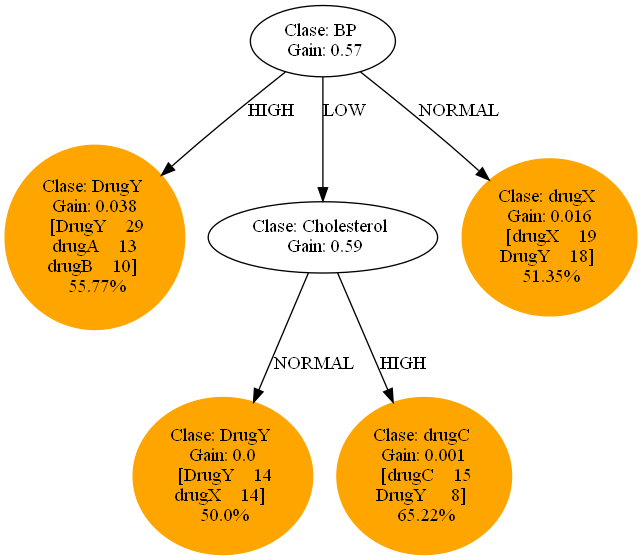
Before: test_output/gain.png, a diagram exported from Graphviz (AlejandroFNadal/ia_decision_trees). Its source is kept beside it as test_output/gain.dot.
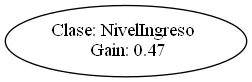
After the change.

Change to the diagram source:
```diff
@@ -1,32 +1,4 @@
 digraph {
-	0 [label="Clase: BP
- Gain: 0.57"]
-	1 [label="Clase: DrugY
- Gain: 0.038
- [DrugY    29
-drugA    13
-drugB    10]
- 55.77%" color=orange style=filled]
-	0 -> 1 [label=HIGH splines=line]
-	2 [label="Clase: Cholesterol
- Gain: 0.59"]
-	0 -> 2 [label=LOW splines=line]
-	3 [label="Clase: DrugY
- Gain: 0.0
- [DrugY    14
-drugX    14]
- 50.0%" color=orange style=filled]
-	2 -> 3 [label=NORMAL splines=line]
-	4 [label="Clase: drugC
- Gain: 0.001
- [drugC    15
-DrugY     8]
- 65.22%" color=orange style=filled]
-	2 -> 4 [label=HIGH splines=line]
-	5 [label="Clase: drugX
- Gain: 0.016
- [drugX    19
-DrugY    18]
- 51.35%" color=orange style=filled]
-	0 -> 5 [label=NORMAL splines=line]
+	0 [label="Clase: NivelIngreso
+ Gain: 0.47"]
 }
```
